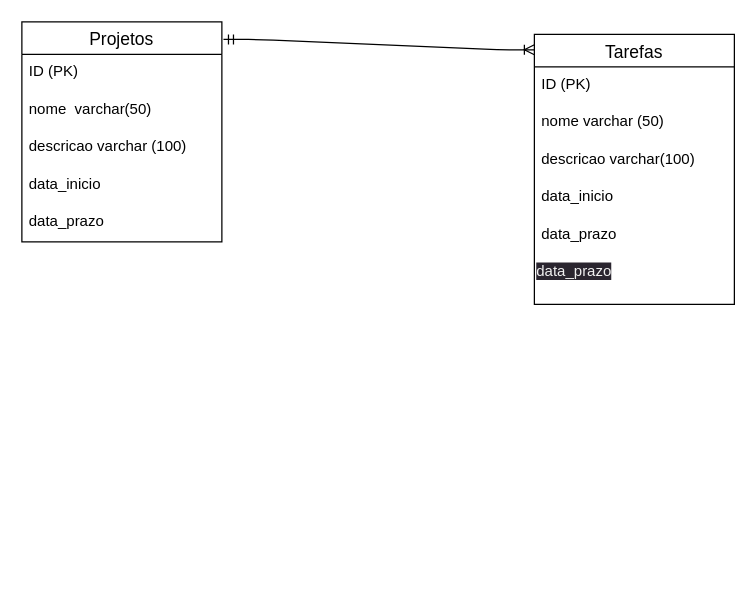
AdrianoVolter/Modulo-2 keeps this draw.io diagram as M2-s06/modelo.drawio. Above is the earlier version. Source tidied: cells renumbered, new cells numbered last; positions are measured from the earlier drawing's top-left corner, leaving out a move shared by most shapes. Both pictures are drawn from the tidied source at 125%, with x=0, y=0 at pixel (21, 21).
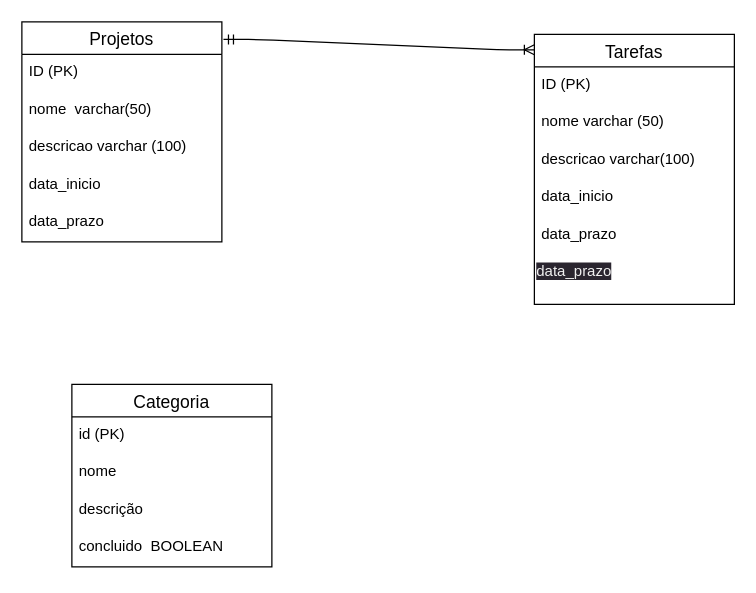
The same page after the edit.

Commit message (it also covers changes not shown here):
feat: exercicos semana 6

Diff of the diagram source:
```diff
@@
+    <mxCell id="16" value="Categoria" style="swimlane;fontStyle=0;horizontal=1;startSize=26;align=center;fontSize=14;" parent="1" vertex="1">
+      <mxGeometry x="40" y="290" width="160" height="146" as="geometry" />
+    </mxCell>
+    <mxCell id="17" value="id (PK)" style="text;strokeColor=none;fillColor=none;spacingLeft=4;spacingRight=4;overflow=hidden;fontSize=12;" parent="16" vertex="1">
+      <mxGeometry y="26" width="160" height="30" as="geometry" />
+    </mxCell>
+    <mxCell id="18" value="nome" style="text;strokeColor=none;fillColor=none;spacingLeft=4;spacingRight=4;overflow=hidden;fontSize=12;" parent="16" vertex="1">
+      <mxGeometry y="56" width="160" height="30" as="geometry" />
+    </mxCell>
+    <mxCell id="19" value="descrição" style="text;strokeColor=none;fillColor=none;spacingLeft=4;spacingRight=4;overflow=hidden;fontSize=12;" parent="16" vertex="1">
+      <mxGeometry y="86" width="160" height="30" as="geometry" />
+    </mxCell>
+    <mxCell id="20" value="concluido  BOOLEAN" style="text;strokeColor=none;fillColor=none;spacingLeft=4;spacingRight=4;overflow=hidden;fontSize=12;" parent="16" vertex="1">
+      <mxGeometry y="116" width="160" height="30" as="geometry" />
+    </mxCell>
```
